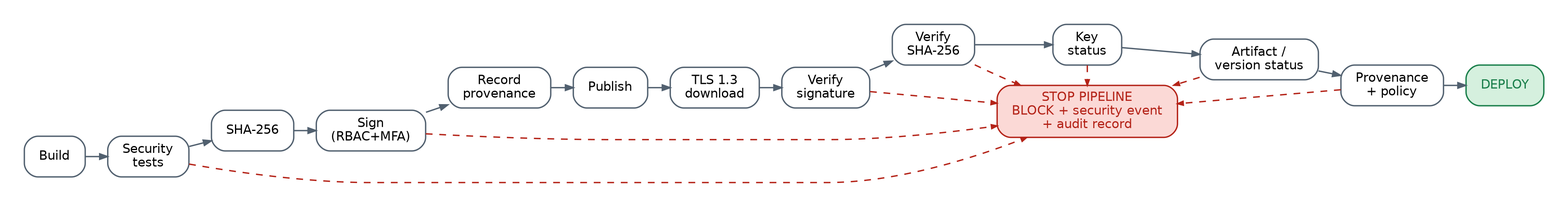
This is secure-supply-chain/docs/diagrams/pipeline_gate.png from stampedeShelby/my-first-repo, a Graphviz export, as it was before one commit. Its source is kept beside it as secure-supply-chain/docs/diagrams/pipeline_gate.dot.
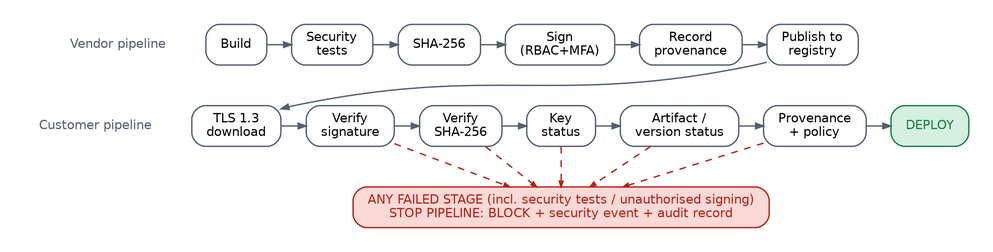
Above is the later version.

Diff of the diagram source:
```diff
@@ -3,15 +3,21 @@
   node  [fontname="Helvetica", fontsize=12, shape=box, style="rounded,filled", fillcolor="#ffffff",
          color="#51606f", penwidth=1.2, margin="0.18,0.07"];
   edge  [fontname="Helvetica", fontsize=10, color="#51606f", penwidth=1.2, arrowsize=0.7];
- rankdir=LR; ranksep=0.28; nodesep=0.25;
+ rankdir=TB; newrank=true; nodesep=0.3; ranksep=0.5;
   node [fontsize=11];
   s1 [label="Build"]; s2 [label="Security\ntests"]; s3 [label="SHA-256"]; s4 [label="Sign\n(RBAC+MFA)"];
-  s5 [label="Record\nprovenance"]; s6 [label="Publish"]; s7 [label="TLS 1.3\ndownload"];
-  c1 [label="Verify\nsignature"]; c2 [label="Verify\nSHA-256"]; c3 [label="Key\nstatus"]; c4 [label="Artifact /\nversion status"];
-  c5 [label="Provenance\n+ policy"];
+  s5 [label="Record\nprovenance"]; s6 [label="Publish to\nregistry"];
+  s7 [label="TLS 1.3\ndownload"]; c1 [label="Verify\nsignature"]; c2 [label="Verify\nSHA-256"]; c3 [label="Key\nstatus"];
+  c4 [label="Artifact /\nversion status"]; c5 [label="Provenance\n+ policy"];
   d [label="DEPLOY", fillcolor="#d5f0de", color="#1a7f4b", fontcolor="#1a7f4b"];
-  x [label="STOP PIPELINE\nBLOCK + security event\n+ audit record", fillcolor="#fbd9d6", color="#b42318", fontcolor="#b42318"];
-  s1 -> s2 -> s3 -> s4 -> s5 -> s6 -> s7 -> c1 -> c2 -> c3 -> c4 -> c5 -> d;
-  { s2 s4 c1 c2 c3 c4 c5 } -> x [color="#b42318", style=dashed, arrowsize=0.5];
-  {rank=same; c3; x}
+  x [label="ANY FAILED STAGE (incl. security tests / unauthorised signing)\nSTOP PIPELINE: BLOCK + security event + audit record", fillcolor="#fbd9d6", color="#b42318", fontcolor="#b42318"];
+  {rank=same; s1; s2; s3; s4; s5; s6}
+  {rank=same; s7; c1; c2; c3; c4; c5; d}
+  s1 -> s2 -> s3 -> s4 -> s5 -> s6; s6 -> s7 [constraint=false];
+  s7 -> c1 -> c2 -> c3 -> c4 -> c5 -> d;
+  s1 -> s7 [style=invis];
+  { c1 c2 c3 c4 c5 } -> x [color="#b42318", style=dashed, arrowsize=0.5];
+  vendor [label="Vendor pipeline", shape=plaintext, style="", fontcolor="#51606f"];
+  cust [label="Customer pipeline", shape=plaintext, style="", fontcolor="#51606f"];
+  {rank=same; vendor; s1} {rank=same; cust; s7} vendor -> s1 [style=invis]; cust -> s7 [style=invis];
 }
```
